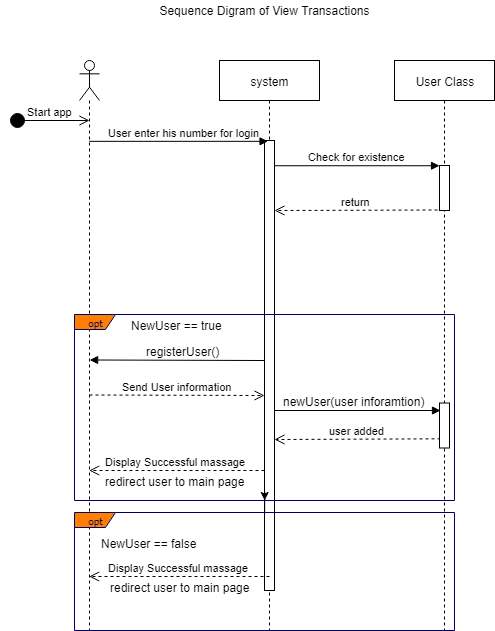
The draw.io diagram Behavioral Modeling/SequenceDiagram/PNG/SignUpIn.png in kargaranamir/Travelink, before a commit. Source tidied: cells renumbered, new cells last; positions are measured from the earlier drawing's top-left corner, leaving out a move shared by most shapes. The source it was exported from:
```xml
<mxGraphModel>
  <root>
    <mxCell id="0" />
    <mxCell id="1" parent="0" />
    <mxCell id="2" style="shape=umlLifeline;participant=umlActor;perimeter=lifelinePerimeter;whiteSpace=wrap;html=1;verticalAlign=top;spacingTop=36;labelBackgroundColor=#ffffff;outlineConnect=0;" parent="1" vertex="1">
      <mxGeometry x="70" y="60" width="20" height="570" as="geometry" />
    </mxCell>
    <mxCell id="3" value="system" style="shape=umlLifeline;perimeter=lifelinePerimeter;whiteSpace=wrap;html=1;" parent="1" vertex="1">
      <mxGeometry x="210" y="60" width="100" height="570" as="geometry" />
    </mxCell>
    <mxCell id="4" style="html=1;perimeter=orthogonalPerimeter;" parent="3" vertex="1">
      <mxGeometry x="45" y="80" width="10" height="450" as="geometry" />
    </mxCell>
    <mxCell id="5" value="User Class" style="shape=umlLifeline;perimeter=lifelinePerimeter;whiteSpace=wrap;html=1;" parent="1" vertex="1">
      <mxGeometry x="385" y="60" width="100" height="570" as="geometry" />
    </mxCell>
    <mxCell id="6" style="html=1;perimeter=orthogonalPerimeter;" parent="5" vertex="1">
      <mxGeometry x="45" y="105" width="10" height="45" as="geometry" />
    </mxCell>
    <mxCell id="7" value="Sequence Digram of View Transactions" style="text;html=1;strokeColor=none;fillColor=none;align=center;verticalAlign=middle;whiteSpace=wrap;rounded=0;" parent="1" vertex="1">
      <mxGeometry x="90" width="330" height="20" as="geometry" />
    </mxCell>
    <mxCell id="8" value="User enter his number for login" style="html=1;verticalAlign=bottom;endArrow=block;entryX=0.333;entryY=0.254;entryDx=0;entryDy=0;entryPerimeter=0;" parent="1" edge="1">
      <mxGeometry x="0.07" relative="1" as="geometry">
        <mxPoint x="79.7" y="140.8" as="sourcePoint" />
        <mxPoint x="258.5" y="140.8" as="targetPoint" />
      </mxGeometry>
    </mxCell>
    <mxCell id="9" value="NewUser == true" style="text;html=1;" parent="1" vertex="1">
      <mxGeometry x="120" y="312" width="110" height="25" as="geometry" />
    </mxCell>
    <mxCell id="10" value="NewUser == false&lt;br&gt;" style="text;html=1;" parent="1" vertex="1">
      <mxGeometry x="90" y="530" width="110" height="25" as="geometry" />
    </mxCell>
    <mxCell id="11" style="html=1;verticalAlign=bottom;endArrow=block;" parent="1" edge="1">
      <mxGeometry relative="1" as="geometry">
        <mxPoint x="255" y="360" as="sourcePoint" />
        <mxPoint x="80.2" y="359.5" as="targetPoint" />
      </mxGeometry>
    </mxCell>
    <mxCell id="12" value="registerUser()" style="text;html=1;align=center;verticalAlign=middle;labelBackgroundColor=#ffffff;" parent="11" vertex="1">
      <mxGeometry x="0.25" y="-6" relative="1" as="geometry">
        <mxPoint x="27" y="-3.5" as="offset" />
      </mxGeometry>
    </mxCell>
    <mxCell id="13" value="Send User information" style="html=1;verticalAlign=bottom;endArrow=open;dashed=1;endSize=8;" parent="1" edge="1">
      <mxGeometry relative="1" as="geometry">
        <mxPoint x="80" y="394.5" as="sourcePoint" />
        <mxPoint x="255" y="395" as="targetPoint" />
      </mxGeometry>
    </mxCell>
    <mxCell id="14" style="html=1;verticalAlign=bottom;endArrow=block;entryX=0.095;entryY=0.173;entryDx=0;entryDy=0;entryPerimeter=0;" parent="1" edge="1" target="25">
      <mxGeometry relative="1" as="geometry">
        <mxPoint x="265" y="410" as="sourcePoint" />
      </mxGeometry>
    </mxCell>
    <mxCell id="15" value="newUser(user inforamtion)" style="text;html=1;align=center;verticalAlign=middle;labelBackgroundColor=#ffffff;" parent="14" vertex="1">
      <mxGeometry x="-0.24" y="5" relative="1" as="geometry">
        <mxPoint x="15.5" y="-4" as="offset" />
      </mxGeometry>
    </mxCell>
    <mxCell id="16" value="user added" style="html=1;verticalAlign=bottom;endArrow=open;dashed=1;endSize=8;exitX=0.095;exitY=0.797;exitDx=0;exitDy=0;exitPerimeter=0;" parent="1" edge="1" source="25">
      <mxGeometry relative="1" as="geometry">
        <mxPoint x="265" y="439" as="targetPoint" />
      </mxGeometry>
    </mxCell>
    <mxCell id="17" value="Start app" style="html=1;verticalAlign=bottom;startArrow=circle;startFill=1;endArrow=open;startSize=6;endSize=8;" parent="1" edge="1">
      <mxGeometry relative="1" as="geometry">
        <mxPoint y="120" as="sourcePoint" />
        <mxPoint x="80" y="120" as="targetPoint" />
      </mxGeometry>
    </mxCell>
    <mxCell id="18" value="Display Successful massage&amp;nbsp;" style="html=1;verticalAlign=bottom;endArrow=open;dashed=1;endSize=8;" parent="1" edge="1" target="2">
      <mxGeometry relative="1" as="geometry">
        <mxPoint x="255" y="470" as="sourcePoint" />
      </mxGeometry>
    </mxCell>
    <mxCell id="19" value="redirect user to main page" style="text;html=1;align=left;verticalAlign=top;spacingTop=-4;" parent="1" vertex="1">
      <mxGeometry x="94" y="472" width="150" height="20" as="geometry" />
    </mxCell>
    <mxCell id="20" value="Display Successful massage&amp;nbsp;" style="html=1;verticalAlign=bottom;endArrow=open;dashed=1;endSize=8;" parent="1" edge="1">
      <mxGeometry relative="1" as="geometry">
        <mxPoint x="260" y="576" as="sourcePoint" />
        <mxPoint x="79.7" y="576" as="targetPoint" />
      </mxGeometry>
    </mxCell>
    <mxCell id="21" value="redirect user to main page" style="text;html=1;align=left;verticalAlign=top;spacingTop=-4;" parent="1" vertex="1">
      <mxGeometry x="99" y="578" width="150" height="20" as="geometry" />
    </mxCell>
    <mxCell id="22" style="edgeStyle=orthogonalEdgeStyle;rounded=0;jettySize=auto;html=1;" parent="1" edge="1" source="23">
      <mxGeometry relative="1" as="geometry">
        <mxPoint x="255.2" y="500" as="targetPoint" />
      </mxGeometry>
    </mxCell>
    <mxCell id="23" value="opt" style="shape=umlFrame;whiteSpace=wrap;html=1;strokeColor=#000066;fillColor=#FF8000;fontFamily=Tahoma;fontSize=10;fontColor=#000066;align=center;width=41;height=15;" parent="1" vertex="1">
      <mxGeometry x="65" y="512" width="380" height="118" as="geometry" />
    </mxCell>
    <mxCell id="24" value="return" style="html=1;verticalAlign=bottom;endArrow=open;dashed=1;endSize=8;exitX=-0.108;exitY=0.389;exitDx=0;exitDy=0;exitPerimeter=0;" parent="1" edge="1">
      <mxGeometry relative="1" as="geometry">
        <mxPoint x="428" y="209.5" as="sourcePoint" />
        <mxPoint x="265" y="210" as="targetPoint" />
      </mxGeometry>
    </mxCell>
    <mxCell id="25" style="html=1;points=[];perimeter=orthogonalPerimeter;" parent="1" vertex="1">
      <mxGeometry x="430" y="402.5" width="10" height="45" as="geometry" />
    </mxCell>
    <mxCell id="26" value="Check for existence" style="html=1;verticalAlign=bottom;endArrow=block;entryX=0;entryY=0;exitX=1;exitY=0.633;exitDx=0;exitDy=0;exitPerimeter=0;" parent="1" edge="1">
      <mxGeometry relative="1" as="geometry">
        <mxPoint x="265.2" y="165.2" as="sourcePoint" />
        <mxPoint x="430" y="165.2" as="targetPoint" />
      </mxGeometry>
    </mxCell>
    <mxCell id="27" value="opt" style="shape=umlFrame;whiteSpace=wrap;html=1;strokeColor=#000066;fillColor=#FF8000;fontFamily=Tahoma;fontSize=10;fontColor=#000066;align=center;width=41;height=15;" parent="1" vertex="1">
      <mxGeometry x="65" y="314" width="380" height="186" as="geometry" />
    </mxCell>
  </root>
</mxGraphModel>
```
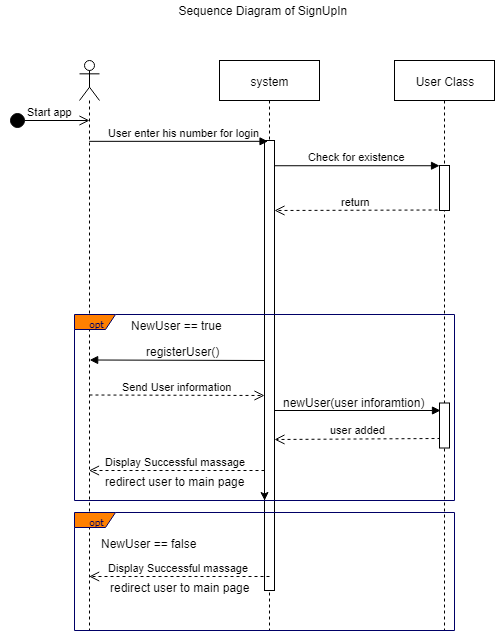
After the commit.

The edit, as a diff of the source:
```diff
@@ -17,7 +17,7 @@
     <mxCell id="6" style="html=1;perimeter=orthogonalPerimeter;" parent="5" vertex="1">
       <mxGeometry x="45" y="105" width="10" height="45" as="geometry" />
     </mxCell>
-    <mxCell id="7" value="Sequence Digram of View Transactions" style="text;html=1;strokeColor=none;fillColor=none;align=center;verticalAlign=middle;whiteSpace=wrap;rounded=0;" parent="1" vertex="1">
+    <mxCell id="7" value="Sequence Diagram of SignUpIn&amp;nbsp;" style="text;html=1;strokeColor=none;fillColor=none;align=center;verticalAlign=middle;whiteSpace=wrap;rounded=0;" parent="1" vertex="1">
       <mxGeometry x="90" width="330" height="20" as="geometry" />
     </mxCell>
     <mxCell id="8" value="User enter his number for login" style="html=1;verticalAlign=bottom;endArrow=block;entryX=0.333;entryY=0.254;entryDx=0;entryDy=0;entryPerimeter=0;" parent="1" edge="1">
```
